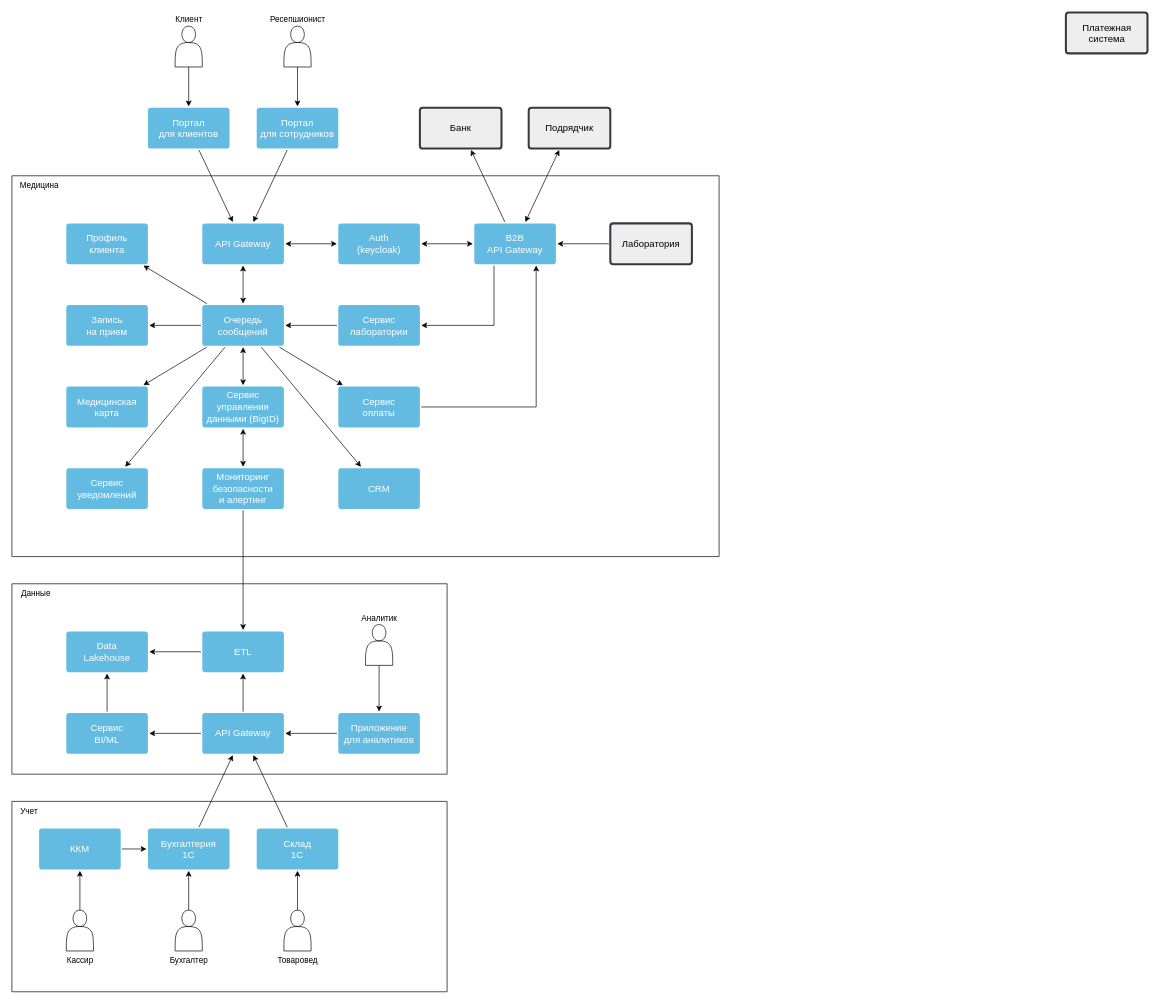
The draw.io diagram Task2/context.drawio in Boropwnz/architecture-medikamente, before the edit. Source tidied: cells renumbered, new cells numbered last; positions are measured from the earlier drawing's top-left corner, leaving out a move shared by most shapes. Both pictures are drawn from the tidied source at 68%, with x=0, y=0 at pixel (12, 12).
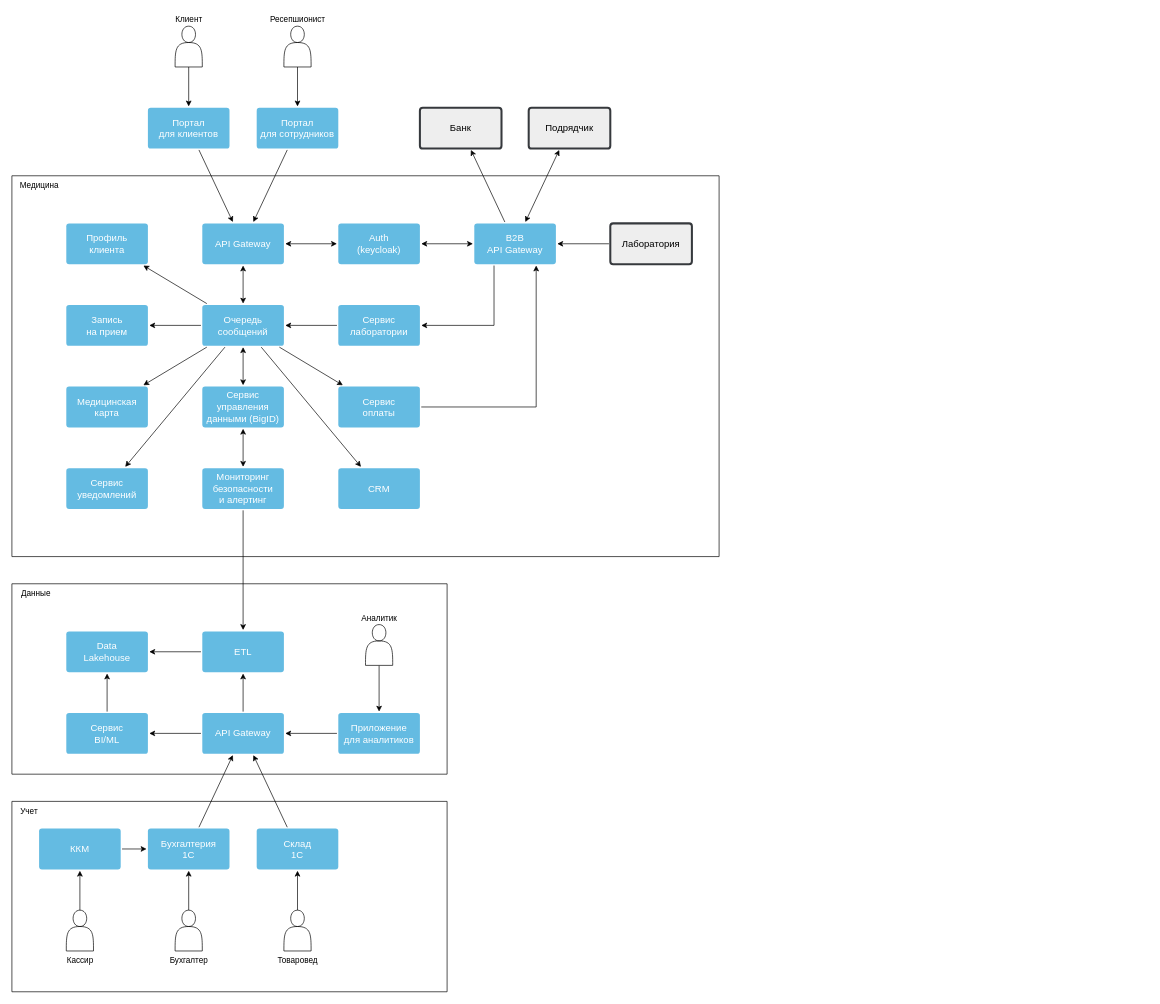
The same page after the edit.

What changed in the source:
```diff
@@
-    <mxCell id="37" value="Платежная&lt;div&gt;система&lt;/div&gt;" style="rounded=1;html=1;shadow=0;labelBackgroundColor=none;strokeColor=#36393d;strokeWidth=3;fillColor=#eeeeee;fontFamily=Helvetica;fontSize=14;align=center;spacing=5;arcSize=7;perimeterSpacing=2;" parent="1" vertex="1">
-      <mxGeometry x="1550" width="120" height="60" as="geometry" />
-    </mxCell>
```
